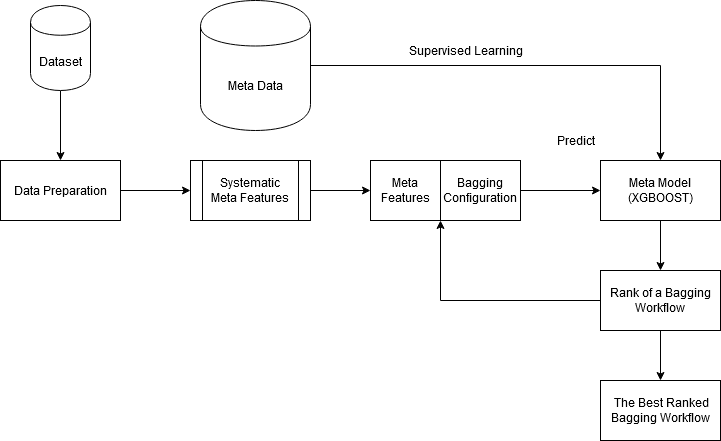
Above: Plots/autoBaggingArchitecture2.png in PedroSilvaAlves/autoBagging (draw.io), before the change. Source tidied: cells renumbered, new cells last; positions are measured from the earlier drawing's top-left corner, leaving out a move shared by most shapes.
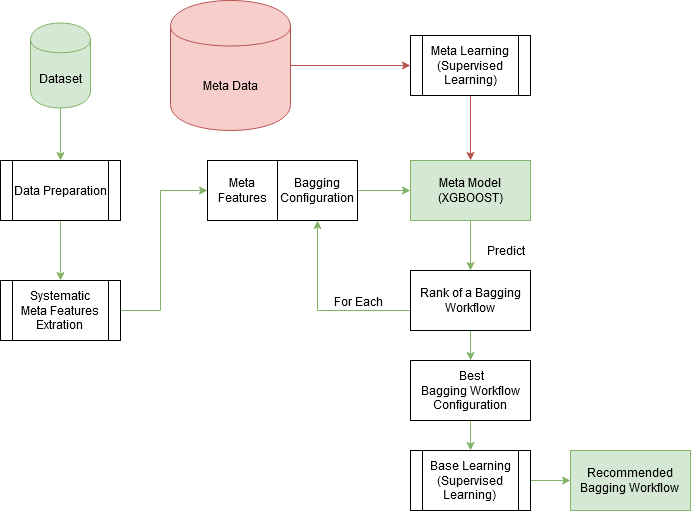
Above is the later version.

Change to the diagram source:
```diff
@@ -2,62 +2,95 @@
   <root>
     <mxCell id="0" />
     <mxCell id="1" parent="0" />
-    <mxCell id="2" style="edgeStyle=orthogonalEdgeStyle;rounded=0;jettySize=auto;html=1;entryX=0.5;entryY=0;entryDx=0;entryDy=0;" parent="1" edge="1" source="3" target="5">
-      <mxGeometry relative="1" as="geometry" />
-    </mxCell>
+    <mxCell id="21" style="edgeStyle=orthogonalEdgeStyle;rounded=0;jettySize=auto;html=1;fillColor=#f8cecc;strokeColor=#b85450;" parent="1" edge="1" source="3" target="25">
+      <mxGeometry relative="1" as="geometry" />
+    </mxCell>
-    <mxCell id="3" value="Meta Data" style="shape=cylinder;whiteSpace=wrap;html=1;boundedLbl=1;backgroundOutline=1;" parent="1" vertex="1">
-      <mxGeometry x="200" width="110" height="130" as="geometry" />
+    <mxCell id="3" value="Meta Data" style="shape=cylinder;whiteSpace=wrap;html=1;boundedLbl=1;backgroundOutline=1;fillColor=#f8cecc;strokeColor=#b85450;" parent="1" vertex="1">
+      <mxGeometry x="180" width="120" height="130" as="geometry" />
     </mxCell>
-    <mxCell id="4" style="edgeStyle=orthogonalEdgeStyle;rounded=0;jettySize=auto;html=1;entryX=0.5;entryY=0;entryDx=0;entryDy=0;" parent="1" edge="1" source="5" target="15">
+    <mxCell id="4" style="edgeStyle=orthogonalEdgeStyle;rounded=0;jettySize=auto;html=1;entryX=0.5;entryY=0;entryDx=0;entryDy=0;fillColor=#d5e8d4;strokeColor=#82b366;" parent="1" edge="1" source="5" target="15">
       <mxGeometry relative="1" as="geometry" />
     </mxCell>
-    <mxCell id="5" value="Meta Model (XGBOOST)" style="rounded=0;whiteSpace=wrap;html=1;" parent="1" vertex="1">
-      <mxGeometry x="600" y="160" width="120" height="60" as="geometry" />
+    <mxCell id="5" value="Meta Model (XGBOOST)" style="rounded=0;whiteSpace=wrap;html=1;fillColor=#d5e8d4;strokeColor=#82b366;" parent="1" vertex="1">
+      <mxGeometry x="420" y="160" width="120" height="60" as="geometry" />
     </mxCell>
-    <mxCell id="6" style="edgeStyle=orthogonalEdgeStyle;rounded=0;jettySize=auto;html=1;" parent="1" edge="1" source="7" target="12">
+    <mxCell id="6" style="edgeStyle=orthogonalEdgeStyle;rounded=0;jettySize=auto;html=1;entryX=0.5;entryY=0;entryDx=0;entryDy=0;fillColor=#d5e8d4;strokeColor=#82b366;" parent="1" edge="1" source="7" target="12">
       <mxGeometry relative="1" as="geometry" />
     </mxCell>
-    <mxCell id="7" value="Dataset" style="shape=cylinder;whiteSpace=wrap;html=1;boundedLbl=1;backgroundOutline=1;" parent="1" vertex="1">
-      <mxGeometry x="30" y="5" width="60" height="85" as="geometry" />
+    <mxCell id="7" value="Dataset" style="shape=cylinder;whiteSpace=wrap;html=1;boundedLbl=1;backgroundOutline=1;fillColor=#d5e8d4;strokeColor=#82b366;" parent="1" vertex="1">
+      <mxGeometry x="40" y="22.5" width="60" height="85" as="geometry" />
     </mxCell>
-    <mxCell id="8" value="Supervised Learning" style="text;html=1;align=center;verticalAlign=middle;" parent="1" vertex="1">
-      <mxGeometry x="400" y="40" width="130" height="20" as="geometry" />
-    </mxCell>
-    <mxCell id="9" style="edgeStyle=orthogonalEdgeStyle;rounded=0;jettySize=auto;html=1;" parent="1" edge="1" source="10" target="16">
-      <mxGeometry relative="1" as="geometry" />
+    <mxCell id="9" style="edgeStyle=orthogonalEdgeStyle;rounded=0;jettySize=auto;html=1;fillColor=#d5e8d4;strokeColor=#82b366;" parent="1" edge="1" source="10" target="16">
+      <mxGeometry relative="1" as="geometry">
+        <Array as="points">
+          <mxPoint x="170" y="310" />
+          <mxPoint x="170" y="190" />
+        </Array>
+      </mxGeometry>
     </mxCell>
-    <mxCell id="10" value="&lt;div&gt;Systematic&lt;br&gt;&lt;/div&gt;&lt;div&gt;Meta Features&lt;/div&gt;" style="shape=process;whiteSpace=wrap;html=1;backgroundOutline=1;" parent="1" vertex="1">
-      <mxGeometry x="190" y="160" width="120" height="60" as="geometry" />
+    <mxCell id="10" value="&lt;div&gt;Systematic&lt;br&gt;&lt;/div&gt;&lt;div&gt;Meta Features&lt;/div&gt;&lt;div&gt;Extration&lt;br&gt;&lt;/div&gt;" style="shape=process;whiteSpace=wrap;html=1;backgroundOutline=1;" parent="1" vertex="1">
+      <mxGeometry x="10" y="280" width="120" height="60" as="geometry" />
     </mxCell>
-    <mxCell id="11" style="edgeStyle=orthogonalEdgeStyle;rounded=0;jettySize=auto;html=1;" parent="1" edge="1" source="12" target="10">
-      <mxGeometry relative="1" as="geometry" />
-    </mxCell>
-    <mxCell id="12" value="Data Preparation" style="rounded=0;whiteSpace=wrap;html=1;" parent="1" vertex="1">
-      <mxGeometry y="160" width="120" height="60" as="geometry" />
-    </mxCell>
-    <mxCell id="13" style="edgeStyle=orthogonalEdgeStyle;rounded=0;jettySize=auto;html=1;" parent="1" edge="1" source="15" target="17">
-      <mxGeometry relative="1" as="geometry" />
-    </mxCell>
-    <mxCell id="14" style="edgeStyle=orthogonalEdgeStyle;rounded=0;jettySize=auto;html=1;entryX=1;entryY=1;entryDx=0;entryDy=0;" parent="1" edge="1" source="15" target="16">
-      <mxGeometry relative="1" as="geometry" />
+    <mxCell id="14" style="edgeStyle=orthogonalEdgeStyle;rounded=0;jettySize=auto;html=1;entryX=0.5;entryY=1;entryDx=0;entryDy=0;fillColor=#d5e8d4;strokeColor=#82b366;" parent="1" edge="1" source="15" target="20">
+      <mxGeometry relative="1" as="geometry">
+        <Array as="points">
+          <mxPoint x="327" y="310" />
+        </Array>
+      </mxGeometry>
     </mxCell>
+    <mxCell id="22" value="For Each" style="text;html=1;align=center;verticalAlign=middle;labelBackgroundColor=#ffffff;" parent="14" vertex="1">
+      <mxGeometry x="-0.09" y="2" relative="1" as="geometry">
+        <mxPoint x="30" y="-12" as="offset" />
+      </mxGeometry>
+    </mxCell>
+    <mxCell id="23" style="edgeStyle=orthogonalEdgeStyle;rounded=0;jettySize=auto;html=1;fillColor=#d5e8d4;strokeColor=#82b366;" parent="1" edge="1" source="15" target="28">
+      <mxGeometry relative="1" as="geometry" />
+    </mxCell>
     <mxCell id="15" value="Rank of a Bagging Workflow" style="rounded=0;whiteSpace=wrap;html=1;" parent="1" vertex="1">
-      <mxGeometry x="600" y="270" width="120" height="60" as="geometry" />
+      <mxGeometry x="420" y="270" width="120" height="60" as="geometry" />
     </mxCell>
     <mxCell id="16" value="Meta Features" style="rounded=0;whiteSpace=wrap;html=1;" parent="1" vertex="1">
-      <mxGeometry x="370" y="160" width="70" height="60" as="geometry" />
+      <mxGeometry x="217" y="160" width="70" height="60" as="geometry" />
     </mxCell>
-    <mxCell id="17" value="&amp;nbsp;The Best Ranked Bagging Workflow" style="rounded=0;whiteSpace=wrap;html=1;" parent="1" vertex="1">
-      <mxGeometry x="600" y="380" width="120" height="60" as="geometry" />
+    <mxCell id="17" value="&lt;div&gt;Recommended&lt;/div&gt;&lt;div&gt;Bagging Workflow&lt;br&gt;&lt;/div&gt;" style="rounded=0;whiteSpace=wrap;html=1;fillColor=#d5e8d4;strokeColor=#82b366;" parent="1" vertex="1">
+      <mxGeometry x="580" y="450" width="120" height="60" as="geometry" />
     </mxCell>
     <mxCell id="18" value="Predict" style="text;html=1;align=center;verticalAlign=middle;" parent="1" vertex="1">
-      <mxGeometry x="550" y="130" width="50" height="20" as="geometry" />
+      <mxGeometry x="490" y="240" width="50" height="20" as="geometry" />
     </mxCell>
-    <mxCell id="19" style="edgeStyle=orthogonalEdgeStyle;rounded=0;jettySize=auto;html=1;" parent="1" edge="1" source="20" target="5">
+    <mxCell id="19" style="edgeStyle=orthogonalEdgeStyle;rounded=0;jettySize=auto;html=1;fillColor=#d5e8d4;strokeColor=#82b366;" parent="1" edge="1" source="20" target="5">
       <mxGeometry relative="1" as="geometry" />
     </mxCell>
     <mxCell id="20" value="Bagging Configuration" style="rounded=0;whiteSpace=wrap;html=1;" parent="1" vertex="1">
-      <mxGeometry x="440" y="160" width="80" height="60" as="geometry" />
+      <mxGeometry x="287" y="160" width="80" height="60" as="geometry" />
     </mxCell>
+    <mxCell id="11" style="edgeStyle=orthogonalEdgeStyle;rounded=0;jettySize=auto;html=1;entryX=0.5;entryY=0;entryDx=0;entryDy=0;fillColor=#d5e8d4;strokeColor=#82b366;" parent="1" edge="1" source="12" target="10">
+      <mxGeometry relative="1" as="geometry" />
+    </mxCell>
+    <mxCell id="12" value="Data Preparation" style="shape=process;whiteSpace=wrap;html=1;backgroundOutline=1;" parent="1" vertex="1">
+      <mxGeometry x="10" y="160" width="120" height="60" as="geometry" />
+    </mxCell>
+    <mxCell id="24" style="edgeStyle=orthogonalEdgeStyle;rounded=0;jettySize=auto;html=1;fillColor=#f8cecc;strokeColor=#b85450;" parent="1" edge="1" source="25" target="5">
+      <mxGeometry relative="1" as="geometry" />
+    </mxCell>
+    <mxCell id="25" value="Meta Learning&lt;br&gt;(Supervised Learning)" style="shape=process;whiteSpace=wrap;html=1;backgroundOutline=1;" parent="1" vertex="1">
+      <mxGeometry x="420" y="35" width="120" height="60" as="geometry" />
+    </mxCell>
+    <mxCell id="26" style="edgeStyle=orthogonalEdgeStyle;rounded=0;jettySize=auto;html=1;fillColor=#d5e8d4;strokeColor=#82b366;" parent="1" edge="1" target="17">
+      <mxGeometry relative="1" as="geometry">
+        <mxPoint x="540" y="480" as="sourcePoint" />
+      </mxGeometry>
+    </mxCell>
+    <mxCell id="27" style="edgeStyle=orthogonalEdgeStyle;rounded=0;jettySize=auto;html=1;fillColor=#d5e8d4;strokeColor=#82b366;" parent="1" edge="1" source="28">
+      <mxGeometry relative="1" as="geometry">
+        <mxPoint x="480" y="450" as="targetPoint" />
+      </mxGeometry>
+    </mxCell>
+    <mxCell id="28" value="&lt;div&gt;&amp;nbsp;Best &lt;br&gt;&lt;/div&gt;&lt;div&gt;Bagging Workflow&lt;/div&gt;&lt;div&gt;Configuration&lt;br&gt;&lt;/div&gt;" style="rounded=0;whiteSpace=wrap;html=1;" parent="1" vertex="1">
+      <mxGeometry x="420" y="360" width="120" height="60" as="geometry" />
+    </mxCell>
+    <mxCell id="29" value="&lt;div&gt;Base Learning&lt;/div&gt;&lt;div&gt;(Supervised Learning)&lt;br&gt;&lt;/div&gt;" style="shape=process;whiteSpace=wrap;html=1;backgroundOutline=1;" parent="1" vertex="1">
+      <mxGeometry x="420" y="450" width="120" height="60" as="geometry" />
+    </mxCell>
   </root>
 </mxGraphModel>
```
